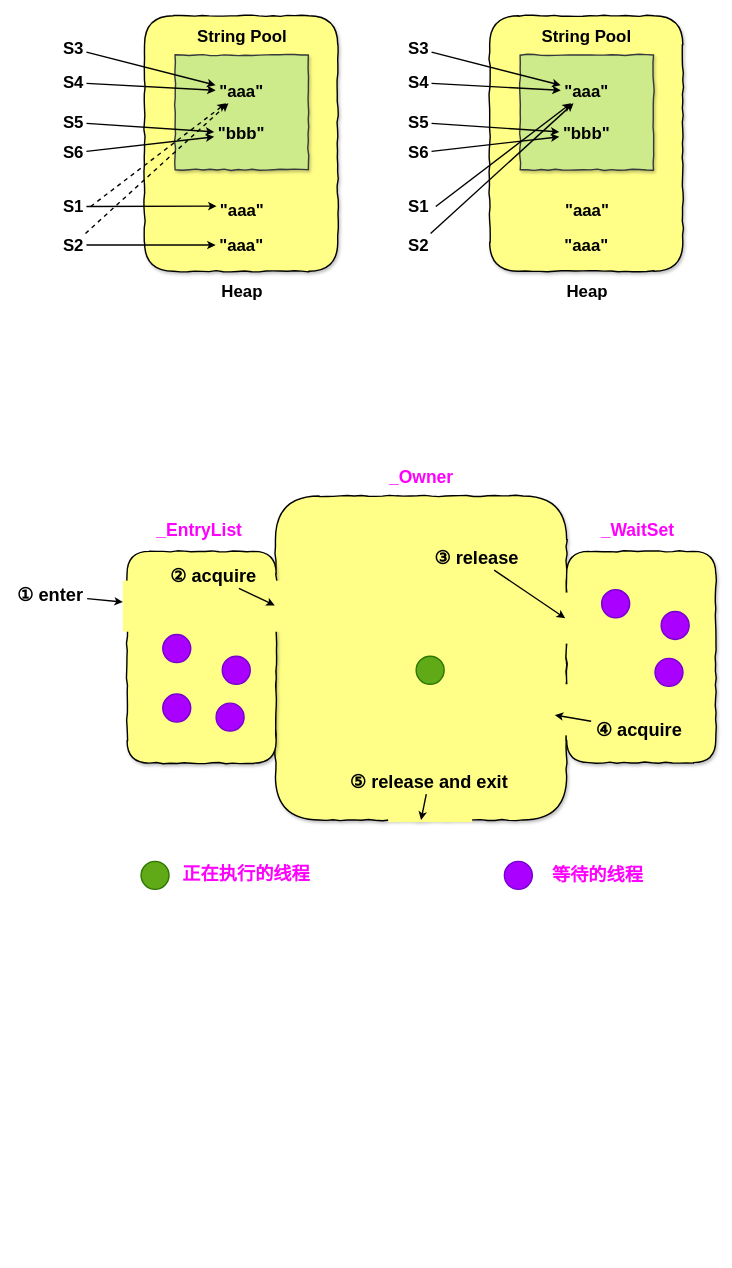
Earlier version of the draw.io diagram A JavaSE/1 Java基础/JavaSE.drawio (AmosLLc/NanoNotes). Source tidied: cells renumbered, new cells numbered last; positions are measured from the earlier drawing's top-left corner, leaving out a move shared by most shapes. Both pictures are drawn from the tidied source at 70%, with x=0, y=0 at pixel (12, 15).
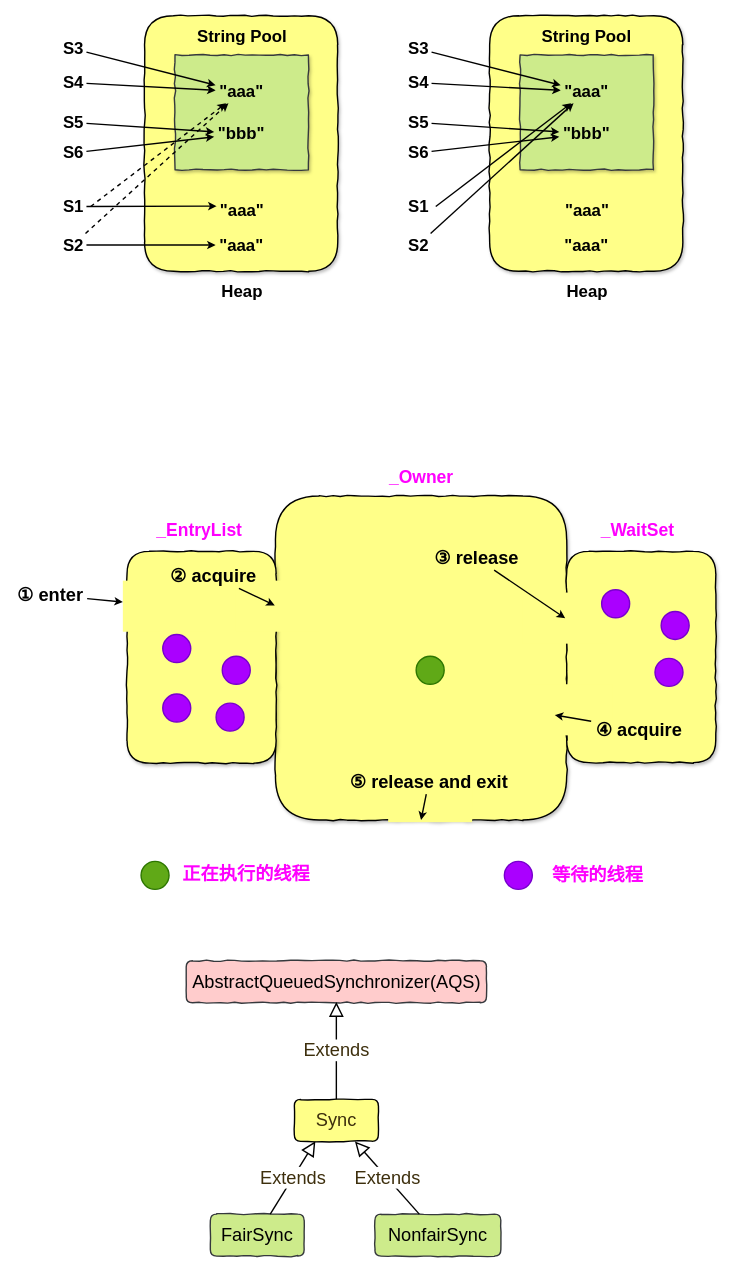
The same diagram, later.

Diff of the diagram source:
```diff
@@
+    <mxCell id="78" value="Sync" style="rounded=1;whiteSpace=wrap;html=1;shadow=0;glass=0;comic=1;strokeWidth=2;fillColor=#ffff88;fontSize=26;fontColor=#3D2F0D;align=center;" parent="1" vertex="1">
+      <mxGeometry x="403" y="1548" width="120" height="60" as="geometry" />
+    </mxCell>
+    <mxCell id="79" value="FairSync" style="rounded=1;whiteSpace=wrap;html=1;shadow=0;glass=0;comic=1;strokeWidth=2;fillColor=#cdeb8b;fontSize=26;align=center;strokeColor=#36393d;" parent="1" vertex="1">
+      <mxGeometry x="283" y="1712" width="134" height="60" as="geometry" />
+    </mxCell>
+    <mxCell id="80" value="NonfairSync" style="rounded=1;whiteSpace=wrap;html=1;shadow=0;glass=0;comic=1;strokeWidth=2;fillColor=#cdeb8b;fontSize=26;align=center;strokeColor=#36393d;" parent="1" vertex="1">
+      <mxGeometry x="518" y="1712" width="180" height="60" as="geometry" />
+    </mxCell>
+    <mxCell id="81" value="&lt;span style=&quot;text-align: left ; white-space: nowrap&quot;&gt;AbstractQueuedSynchronizer(AQS)&lt;/span&gt;" style="rounded=1;whiteSpace=wrap;html=1;shadow=0;glass=0;comic=1;strokeWidth=2;fillColor=#ffcccc;fontSize=26;align=center;strokeColor=#36393d;" parent="1" vertex="1">
+      <mxGeometry x="248.5" y="1350" width="429" height="60" as="geometry" />
+    </mxCell>
+    <mxCell id="82" value="Extends" style="endArrow=block;endSize=16;endFill=0;html=1;strokeWidth=2;fontSize=26;fontColor=#3D2F0D;" parent="1" edge="1" source="78">
+      <mxGeometry relative="1" as="geometry">
+        <mxPoint x="463" y="1409" as="targetPoint" />
+      </mxGeometry>
+    </mxCell>
+    <mxCell id="83" value="Extends" style="endArrow=block;endSize=16;endFill=0;html=1;strokeWidth=2;fontSize=26;fontColor=#3D2F0D;entryX=0.25;entryY=1;entryDx=0;entryDy=0;" parent="1" edge="1" source="79" target="78">
+      <mxGeometry relative="1" as="geometry" />
+    </mxCell>
+    <mxCell id="84" value="Extends" style="endArrow=block;endSize=16;endFill=0;html=1;strokeWidth=2;fontSize=26;fontColor=#3D2F0D;" parent="1" edge="1" source="80" target="78">
+      <mxGeometry relative="1" as="geometry" />
+    </mxCell>
```
